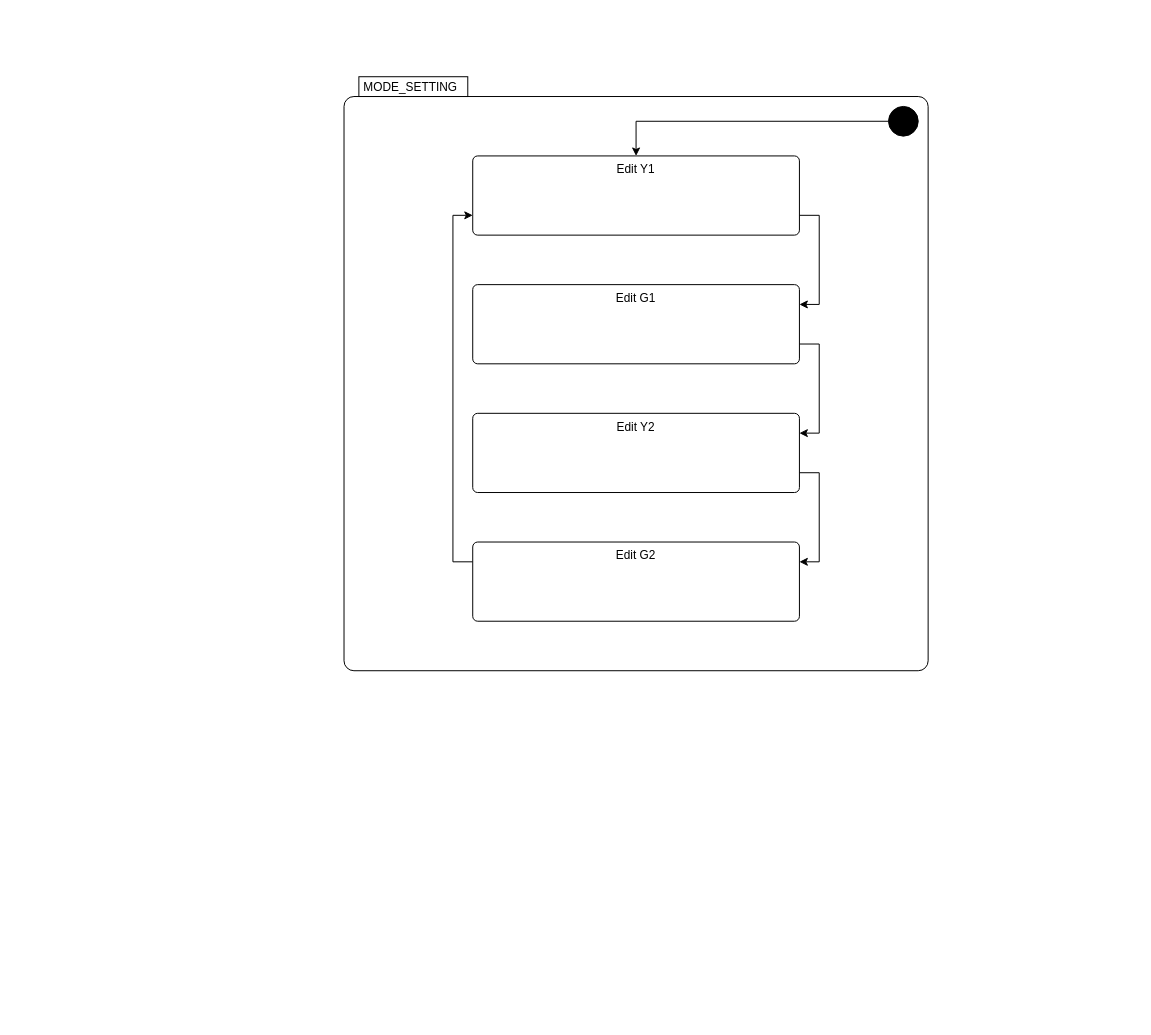
Above: page "fsm_setting_uml" (6 of 6) of Drafts/traffic_fsm.drawio in trananhtuhcmut/traffic_light_mcmp-assignment (draw.io), before the change. Source tidied: cells renumbered, new cells numbered last; positions are measured from the earlier drawing's top-left corner, leaving out a move shared by most shapes. Both pictures are drawn from the tidied source at 99%, with x=0, y=0 at pixel (344, 76).
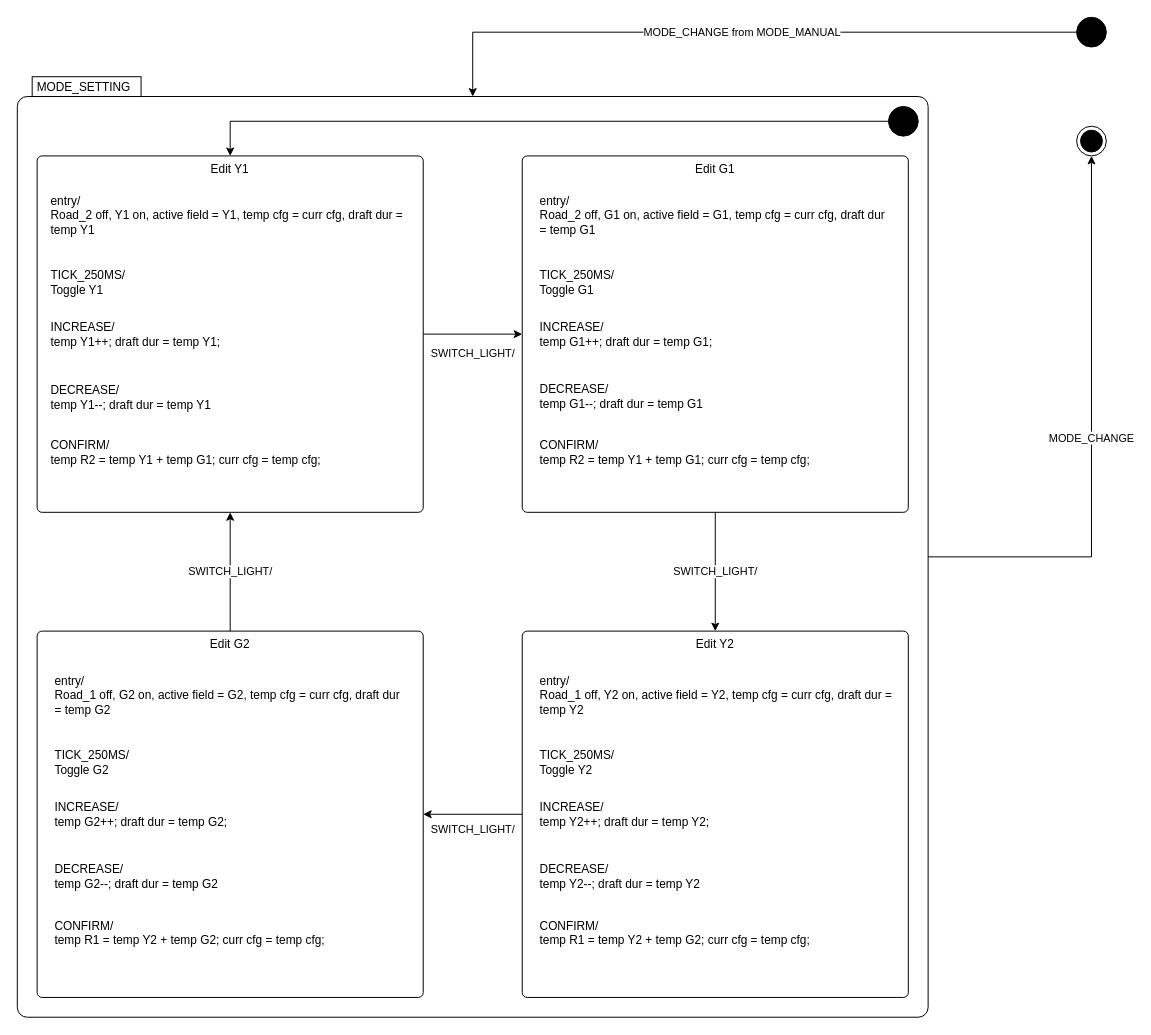
After the change.

Diff of the diagram source:
```diff
@@
+    <mxCell id="13" value="MODE_CHANGE" style="edgeStyle=orthogonalEdgeStyle;rounded=0;jettySize=auto;html=1;exitX=1;exitY=0.5;exitDx=0;exitDy=10;exitPerimeter=0;entryX=0.5;entryY=1;entryDx=0;entryDy=0;defaultLabelBackgroundColor=page;" parent="1" edge="1" source="2" target="15">
+      <mxGeometry relative="1" as="geometry" />
+    </mxCell>
     <mxCell id="2" value="MODE_SETTING" style="shape=mxgraph.sysml.compState;html=1;align=left;verticalAlign=top;spacingTop=-3;spacingLeft=18;" parent="1" vertex="1">
-      <mxGeometry width="590" height="600" as="geometry" />
+      <mxGeometry x="-330" width="920" height="950" as="geometry" />
     </mxCell>
-    <mxCell id="3" style="edgeStyle=orthogonalEdgeStyle;rounded=0;jettySize=auto;html=1;exitX=1;exitY=0.75;exitDx=0;exitDy=0;entryX=1;entryY=0.25;entryDx=0;entryDy=0;defaultLabelBackgroundColor=page;" parent="1" edge="1" source="4" target="8">
-      <mxGeometry relative="1" as="geometry" />
-    </mxCell>
-    <mxCell id="4" value="Edit Y1" style="html=1;align=center;verticalAlign=top;rounded=1;absoluteArcSize=1;arcSize=10;dashed=0;whiteSpace=wrap;" parent="1" vertex="1">
-      <mxGeometry x="130" y="80" width="330" height="80" as="geometry" />
-    </mxCell>
-    <mxCell id="5" style="edgeStyle=orthogonalEdgeStyle;rounded=0;jettySize=auto;html=1;exitX=1;exitY=0.75;exitDx=0;exitDy=0;entryX=1;entryY=0.25;entryDx=0;entryDy=0;defaultLabelBackgroundColor=page;" parent="1" edge="1" source="6" target="10">
-      <mxGeometry relative="1" as="geometry" />
-    </mxCell>
-    <mxCell id="6" value="Edit Y2" style="html=1;align=center;verticalAlign=top;rounded=1;absoluteArcSize=1;arcSize=10;dashed=0;whiteSpace=wrap;" parent="1" vertex="1">
-      <mxGeometry x="130" y="340" width="330" height="80" as="geometry" />
-    </mxCell>
-    <mxCell id="7" style="edgeStyle=orthogonalEdgeStyle;rounded=0;jettySize=auto;html=1;exitX=1;exitY=0.75;exitDx=0;exitDy=0;entryX=1;entryY=0.25;entryDx=0;entryDy=0;defaultLabelBackgroundColor=page;" parent="1" edge="1" source="8" target="6">
-      <mxGeometry relative="1" as="geometry" />
-    </mxCell>
-    <mxCell id="8" value="Edit G1" style="html=1;align=center;verticalAlign=top;rounded=1;absoluteArcSize=1;arcSize=10;dashed=0;whiteSpace=wrap;" parent="1" vertex="1">
-      <mxGeometry x="130" y="210" width="330" height="80" as="geometry" />
-    </mxCell>
-    <mxCell id="9" style="edgeStyle=orthogonalEdgeStyle;rounded=0;jettySize=auto;html=1;exitX=0;exitY=0.25;exitDx=0;exitDy=0;entryX=0;entryY=0.75;entryDx=0;entryDy=0;defaultLabelBackgroundColor=page;" parent="1" edge="1" source="10" target="4">
-      <mxGeometry relative="1" as="geometry" />
-    </mxCell>
-    <mxCell id="10" value="Edit G2" style="html=1;align=center;verticalAlign=top;rounded=1;absoluteArcSize=1;arcSize=10;dashed=0;whiteSpace=wrap;" parent="1" vertex="1">
-      <mxGeometry x="130" y="470" width="330" height="80" as="geometry" />
-    </mxCell>
@@
+    <mxCell id="14" style="ellipse;fillColor=strokeColor;html=1;" parent="1" vertex="1">
+      <mxGeometry x="740" y="-60" width="30" height="30" as="geometry" />
+    </mxCell>
+    <mxCell id="15" style="ellipse;html=1;shape=endState;fillColor=strokeColor;" parent="1" vertex="1">
+      <mxGeometry x="740" y="50" width="30" height="30" as="geometry" />
+    </mxCell>
+    <mxCell id="16" style="group;" parent="1" vertex="1">
+      <mxGeometry x="180" y="80" width="390" height="360" as="geometry" />
+    </mxCell>
+    <mxCell id="17" style="group;" parent="16" vertex="1">
+      <mxGeometry width="390" height="360" as="geometry" />
+    </mxCell>
+    <mxCell id="8" value="Edit G1" style="html=1;align=center;verticalAlign=top;rounded=1;absoluteArcSize=1;arcSize=10;dashed=0;whiteSpace=wrap;" parent="17" vertex="1">
+      <mxGeometry width="390" height="360" as="geometry" />
+    </mxCell>
+    <mxCell id="18" value="INCREASE/&lt;div&gt;temp G1++; draft dur = temp G1;&lt;/div&gt;" style="text;html=1;whiteSpace=wrap;strokeColor=none;fillColor=none;align=left;verticalAlign=middle;rounded=0;" parent="17" vertex="1">
+      <mxGeometry x="15.9" y="145.8" width="358.2" height="67.5" as="geometry" />
+    </mxCell>
+    <mxCell id="19" value="DECREASE/&lt;div&gt;temp G1--; draft dur = temp G1&lt;/div&gt;" style="text;html=1;whiteSpace=wrap;strokeColor=none;fillColor=none;align=left;verticalAlign=middle;rounded=0;" parent="17" vertex="1">
+      <mxGeometry x="15.9" y="209.6" width="358.2" height="67.5" as="geometry" />
+    </mxCell>
+    <mxCell id="20" value="CONFIRM/&lt;div&gt;temp R2 = temp Y1 + temp G1; curr cfg = temp cfg;&lt;/div&gt;" style="text;html=1;whiteSpace=wrap;strokeColor=none;fillColor=none;align=left;verticalAlign=middle;rounded=0;" parent="17" vertex="1">
+      <mxGeometry x="15.9" y="266.2" width="358.2" height="67.5" as="geometry" />
+    </mxCell>
+    <mxCell id="21" value="entry/&lt;div&gt;Road_2 off, G1 on, active field = G1, temp cfg = curr cfg, draft dur = temp G1&lt;/div&gt;" style="text;html=1;whiteSpace=wrap;strokeColor=none;fillColor=none;align=left;verticalAlign=middle;rounded=0;" parent="17" vertex="1">
+      <mxGeometry x="15.9" y="26.2" width="358.2" height="67.5" as="geometry" />
+    </mxCell>
+    <mxCell id="22" value="TICK_250MS/&lt;div&gt;Toggle G1&lt;/div&gt;" style="text;html=1;whiteSpace=wrap;strokeColor=none;fillColor=none;align=left;verticalAlign=middle;rounded=0;" parent="17" vertex="1">
+      <mxGeometry x="15.9" y="93.8" width="358.2" height="67.5" as="geometry" />
+    </mxCell>
+    <mxCell id="23" style="group;" parent="1" vertex="1">
+      <mxGeometry x="-310" y="80" width="390" height="360" as="geometry" />
+    </mxCell>
+    <mxCell id="4" value="Edit Y1" style="html=1;align=center;verticalAlign=top;rounded=1;absoluteArcSize=1;arcSize=10;dashed=0;whiteSpace=wrap;" parent="23" vertex="1">
+      <mxGeometry width="390" height="360" as="geometry" />
+    </mxCell>
+    <mxCell id="24" value="INCREASE/&lt;div&gt;temp Y1++; draft dur = temp Y1;&lt;/div&gt;" style="text;html=1;whiteSpace=wrap;strokeColor=none;fillColor=none;align=left;verticalAlign=middle;rounded=0;" parent="23" vertex="1">
+      <mxGeometry x="11.8" y="146.2" width="358.2" height="67.5" as="geometry" />
+    </mxCell>
+    <mxCell id="25" value="DECREASE/&lt;div&gt;temp Y1--; draft dur = temp Y1&lt;/div&gt;" style="text;html=1;whiteSpace=wrap;strokeColor=none;fillColor=none;align=left;verticalAlign=middle;rounded=0;" parent="23" vertex="1">
+      <mxGeometry x="11.8" y="210" width="358.2" height="67.5" as="geometry" />
+    </mxCell>
+    <mxCell id="26" value="CONFIRM/&lt;div&gt;temp R2 = temp Y1 + temp G1; curr cfg = temp cfg;&lt;/div&gt;" style="text;html=1;whiteSpace=wrap;strokeColor=none;fillColor=none;align=left;verticalAlign=middle;rounded=0;" parent="23" vertex="1">
+      <mxGeometry x="11.8" y="266.7" width="358.2" height="67.5" as="geometry" />
+    </mxCell>
+    <mxCell id="27" value="entry/&lt;div&gt;Road_2 off, Y1 on, active field = Y1, temp cfg = curr cfg, draft dur = temp Y1&lt;/div&gt;" style="text;html=1;whiteSpace=wrap;strokeColor=none;fillColor=none;align=left;verticalAlign=middle;rounded=0;" parent="23" vertex="1">
+      <mxGeometry x="11.8" y="26.7" width="358.2" height="67.5" as="geometry" />
+    </mxCell>
+    <mxCell id="28" value="TICK_250MS/&lt;div&gt;Toggle Y1&lt;/div&gt;" style="text;html=1;whiteSpace=wrap;strokeColor=none;fillColor=none;align=left;verticalAlign=middle;rounded=0;" parent="23" vertex="1">
+      <mxGeometry x="11.8" y="94.2" width="358.2" height="67.5" as="geometry" />
+    </mxCell>
+    <mxCell id="29" style="group;" parent="1" vertex="1">
+      <mxGeometry x="-310" y="560" width="390" height="370" as="geometry" />
+    </mxCell>
+    <mxCell id="30" style="group;" parent="29" vertex="1">
+      <mxGeometry width="390" height="370" as="geometry" />
+    </mxCell>
+    <mxCell id="6" value="Edit G2" style="html=1;align=center;verticalAlign=top;rounded=1;absoluteArcSize=1;arcSize=10;dashed=0;whiteSpace=wrap;" parent="30" vertex="1">
+      <mxGeometry width="390" height="370" as="geometry" />
+    </mxCell>
+    <mxCell id="31" value="INCREASE/&lt;div&gt;temp G2++; draft dur = temp G2;&lt;/div&gt;" style="text;html=1;whiteSpace=wrap;strokeColor=none;fillColor=none;align=left;verticalAlign=middle;rounded=0;" parent="30" vertex="1">
+      <mxGeometry x="15.9" y="150.8" width="358.2" height="67.5" as="geometry" />
+    </mxCell>
+    <mxCell id="32" value="DECREASE/&lt;div&gt;temp G2--; draft dur = temp G2&lt;/div&gt;" style="text;html=1;whiteSpace=wrap;strokeColor=none;fillColor=none;align=left;verticalAlign=middle;rounded=0;" parent="30" vertex="1">
+      <mxGeometry x="15.9" y="214.6" width="358.2" height="67.5" as="geometry" />
+    </mxCell>
+    <mxCell id="33" value="CONFIRM/&lt;div&gt;temp R1 = temp Y2 + temp G2; curr cfg = temp cfg;&lt;/div&gt;" style="text;html=1;whiteSpace=wrap;strokeColor=none;fillColor=none;align=left;verticalAlign=middle;rounded=0;" parent="30" vertex="1">
+      <mxGeometry x="15.9" y="271.2" width="358.2" height="67.5" as="geometry" />
+    </mxCell>
+    <mxCell id="34" value="entry/&lt;div&gt;Road_1 off, G2 on, active field = G2, temp cfg = curr cfg, draft dur = temp G2&lt;/div&gt;" style="text;html=1;whiteSpace=wrap;strokeColor=none;fillColor=none;align=left;verticalAlign=middle;rounded=0;" parent="30" vertex="1">
+      <mxGeometry x="15.9" y="31.2" width="358.2" height="67.5" as="geometry" />
+    </mxCell>
+    <mxCell id="35" value="TICK_250MS/&lt;div&gt;Toggle G2&lt;/div&gt;" style="text;html=1;whiteSpace=wrap;strokeColor=none;fillColor=none;align=left;verticalAlign=middle;rounded=0;" parent="30" vertex="1">
+      <mxGeometry x="15.9" y="98.8" width="358.2" height="67.5" as="geometry" />
+    </mxCell>
+    <mxCell id="36" style="group;" parent="1" vertex="1">
+      <mxGeometry x="180" y="560" width="390" height="370" as="geometry" />
+    </mxCell>
+    <mxCell id="37" style="group;" parent="36" vertex="1">
+      <mxGeometry width="390" height="370" as="geometry" />
+    </mxCell>
+    <mxCell id="10" value="Edit Y2" style="html=1;align=center;verticalAlign=top;rounded=1;absoluteArcSize=1;arcSize=10;dashed=0;whiteSpace=wrap;" parent="37" vertex="1">
+      <mxGeometry width="390" height="370" as="geometry" />
+    </mxCell>
+    <mxCell id="38" value="INCREASE/&lt;div&gt;temp Y2++; draft dur = temp Y2;&lt;/div&gt;" style="text;html=1;whiteSpace=wrap;strokeColor=none;fillColor=none;align=left;verticalAlign=middle;rounded=0;" parent="37" vertex="1">
+      <mxGeometry x="15.9" y="150.8" width="358.2" height="67.5" as="geometry" />
+    </mxCell>
+    <mxCell id="39" value="DECREASE/&lt;div&gt;temp Y2--; draft dur = temp Y2&lt;/div&gt;" style="text;html=1;whiteSpace=wrap;strokeColor=none;fillColor=none;align=left;verticalAlign=middle;rounded=0;" parent="37" vertex="1">
+      <mxGeometry x="15.9" y="214.6" width="358.2" height="67.5" as="geometry" />
+    </mxCell>
+    <mxCell id="40" value="CONFIRM/&lt;div&gt;temp R1 = temp Y2 + temp G2; curr cfg = temp cfg;&lt;/div&gt;" style="text;html=1;whiteSpace=wrap;strokeColor=none;fillColor=none;align=left;verticalAlign=middle;rounded=0;" parent="37" vertex="1">
+      <mxGeometry x="15.9" y="271.2" width="358.2" height="67.5" as="geometry" />
+    </mxCell>
+    <mxCell id="41" value="entry/&lt;div&gt;Road_1 off, Y2 on, active field = Y2, temp cfg = curr cfg, draft dur = temp Y2&lt;/div&gt;" style="text;html=1;whiteSpace=wrap;strokeColor=none;fillColor=none;align=left;verticalAlign=middle;rounded=0;" parent="37" vertex="1">
+      <mxGeometry x="15.9" y="31.2" width="358.2" height="67.5" as="geometry" />
+    </mxCell>
+    <mxCell id="42" value="TICK_250MS/&lt;div&gt;Toggle Y2&lt;/div&gt;" style="text;html=1;whiteSpace=wrap;strokeColor=none;fillColor=none;align=left;verticalAlign=middle;rounded=0;" parent="37" vertex="1">
+      <mxGeometry x="15.9" y="98.8" width="358.2" height="67.5" as="geometry" />
+    </mxCell>
+    <mxCell id="43" value="MODE_CHANGE from MODE_MANUAL" style="edgeStyle=orthogonalEdgeStyle;rounded=0;jettySize=auto;html=1;exitX=0;exitY=0.5;exitDx=0;exitDy=0;entryX=0.5;entryY=0;entryDx=0;entryDy=20;entryPerimeter=0;defaultLabelBackgroundColor=page;" parent="1" edge="1" source="14" target="2">
+      <mxGeometry relative="1" as="geometry" />
+    </mxCell>
+    <mxCell id="3" value="SWITCH_LIGHT/" style="edgeStyle=orthogonalEdgeStyle;rounded=0;jettySize=auto;html=1;exitX=1;exitY=0.5;exitDx=0;exitDy=0;entryX=0;entryY=0.5;entryDx=0;entryDy=0;defaultLabelBackgroundColor=page;" parent="1" edge="1" source="4" target="8">
+      <mxGeometry y="-20" relative="1" as="geometry" />
+    </mxCell>
+    <mxCell id="44" value="SWITCH_LIGHT/" style="edgeStyle=orthogonalEdgeStyle;rounded=0;jettySize=auto;html=1;exitX=0.5;exitY=1;exitDx=0;exitDy=0;entryX=0.5;entryY=0;entryDx=0;entryDy=0;defaultLabelBackgroundColor=page;" parent="1" edge="1" source="8" target="10">
+      <mxGeometry relative="1" as="geometry" />
+    </mxCell>
+    <mxCell id="45" value="SWITCH_LIGHT/" style="edgeStyle=orthogonalEdgeStyle;rounded=0;jettySize=auto;html=1;exitX=0;exitY=0.5;exitDx=0;exitDy=0;entryX=1;entryY=0.5;entryDx=0;entryDy=0;defaultLabelBackgroundColor=page;" parent="1" edge="1" source="10" target="6">
+      <mxGeometry y="15" relative="1" as="geometry" />
+    </mxCell>
+    <mxCell id="46" value="SWITCH_LIGHT/" style="edgeStyle=orthogonalEdgeStyle;rounded=0;jettySize=auto;html=1;exitX=0.5;exitY=0;exitDx=0;exitDy=0;entryX=0.5;entryY=1;entryDx=0;entryDy=0;defaultLabelBackgroundColor=page;" parent="1" edge="1" source="6" target="4">
+      <mxGeometry relative="1" as="geometry" />
+    </mxCell>
```
